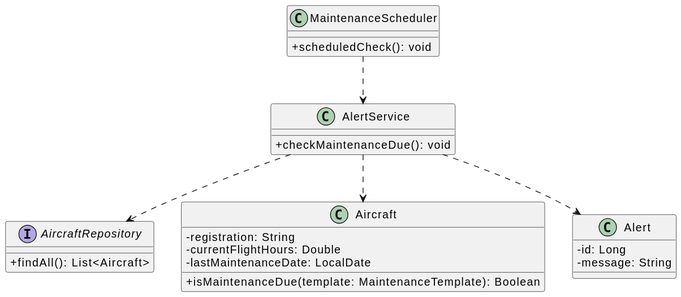
This is docs/sytem-documentation/US222/svg/US222-CD.svg from caetanotiago/PSOFT, a PlantUML export, as it was before one commit.
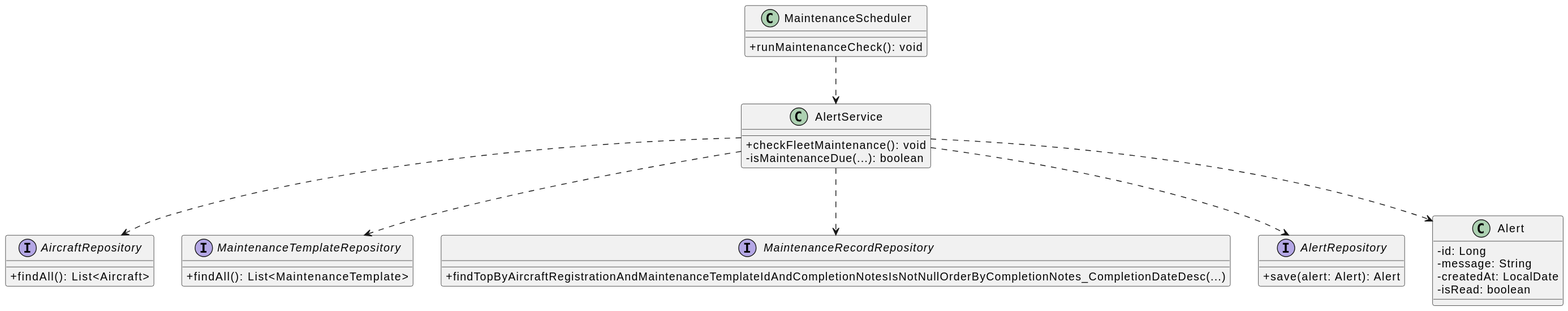
After the change.

Change to the diagram source:
```diff
@@ -2,31 +2,41 @@
 skinparam classAttributeIconSize 0
 
 class MaintenanceScheduler {
-  + scheduledCheck(): void
+  + runMaintenanceCheck(): void
 }
 
 class AlertService {
-  + checkMaintenanceDue(): void
+  + checkFleetMaintenance(): void
+  - isMaintenanceDue(...): boolean
 }
 
 interface AircraftRepository {
   + findAll(): List<Aircraft>
 }
 
-class Aircraft {
-  - registration: String
-  - currentFlightHours: Double
-  - lastMaintenanceDate: LocalDate
-  + isMaintenanceDue(template: MaintenanceTemplate): Boolean
+interface MaintenanceTemplateRepository {
+  + findAll(): List<MaintenanceTemplate>
+}
+
+interface MaintenanceRecordRepository {
+  + findTopByAircraftRegistrationAndMaintenanceTemplateIdAndCompletionNotesIsNotNullOrderByCompletionNotes_CompletionDateDesc(...)
+}
+
+interface AlertRepository {
+  + save(alert: Alert): Alert
 }
 
 class Alert {
   - id: Long
   - message: String
+  - createdAt: LocalDate
+  - isRead: boolean
 }
 
 MaintenanceScheduler ..> AlertService
 AlertService ..> AircraftRepository
-AlertService ..> Aircraft
+AlertService ..> MaintenanceTemplateRepository
+AlertService ..> MaintenanceRecordRepository
+AlertService ..> AlertRepository
 AlertService ..> Alert
 @enduml
```
